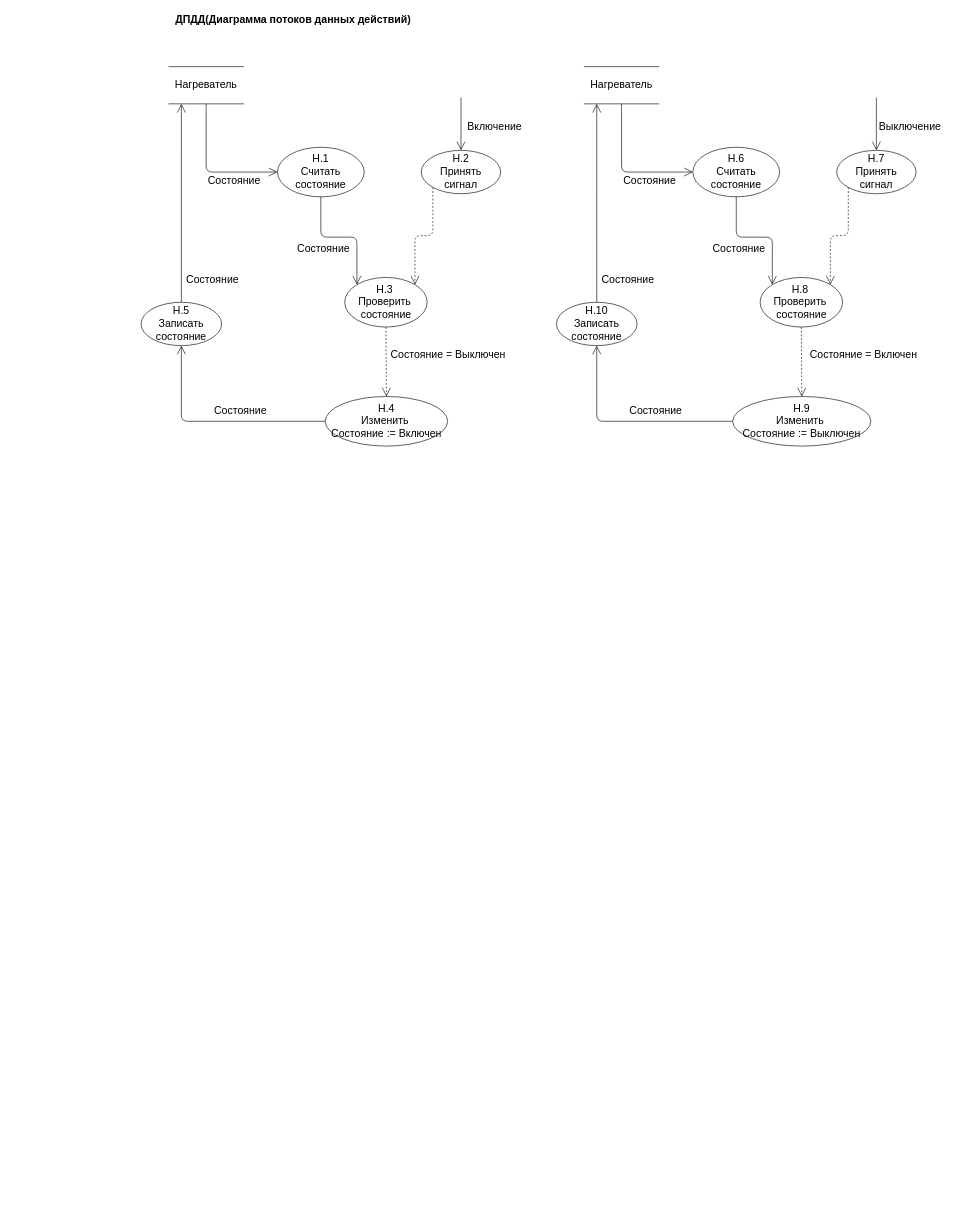
Before: page "ДПДД" (4 of 5) of lab_05/Тостер.drawio in xanderkov/ics7-OOP, a draw.io diagram. Source tidied: cells renumbered, new cells numbered last; positions are measured from the earlier drawing's top-left corner, leaving out a move shared by most shapes. Both pictures are drawn from the tidied source at 62%, with x=0, y=0 at pixel (141, 11).
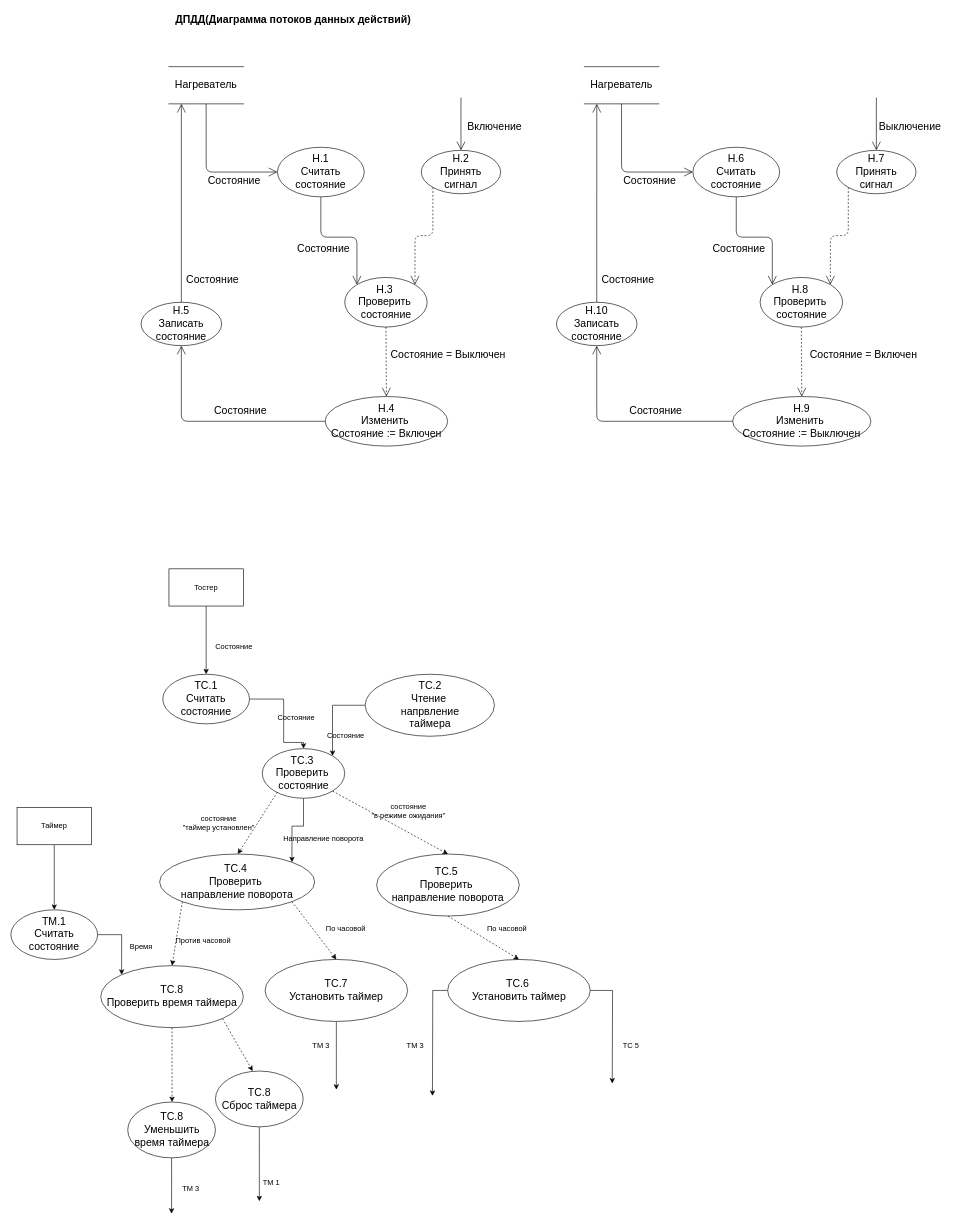
The same diagram, later.

What changed in the source:
```diff
@@
+    <mxCell id="41" style="edgeStyle=orthogonalEdgeStyle;rounded=0;jettySize=auto;html=1;entryX=0.5;entryY=0;entryDx=0;entryDy=0;" parent="1" edge="1" source="42" target="44">
+      <mxGeometry relative="1" as="geometry" />
+    </mxCell>
+    <mxCell id="42" value="Тостер" style="rounded=0;whiteSpace=wrap;html=1;" parent="1" vertex="1">
+      <mxGeometry x="45" y="900" width="120" height="60" as="geometry" />
+    </mxCell>
+    <mxCell id="43" style="edgeStyle=orthogonalEdgeStyle;rounded=0;jettySize=auto;html=1;entryX=0.5;entryY=0;entryDx=0;entryDy=0;" parent="1" edge="1" source="44" target="47">
+      <mxGeometry relative="1" as="geometry">
+        <Array as="points">
+          <mxPoint x="230" y="1110" />
+          <mxPoint x="230" y="1180" />
+        </Array>
+      </mxGeometry>
+    </mxCell>
+    <mxCell id="44" value="ТС.1&lt;br&gt;Считать состояние" style="ellipse;whiteSpace=wrap;html=1;align=center;fontSize=17;" parent="1" vertex="1">
+      <mxGeometry x="35" y="1070" width="140" height="80" as="geometry" />
+    </mxCell>
+    <mxCell id="45" value="Состояние" style="text;html=1;strokeColor=none;fillColor=none;align=center;verticalAlign=middle;whiteSpace=wrap;rounded=0;" parent="1" vertex="1">
+      <mxGeometry x="120" y="1010" width="60" height="30" as="geometry" />
+    </mxCell>
+    <mxCell id="46" style="edgeStyle=orthogonalEdgeStyle;rounded=0;jettySize=auto;html=1;entryX=1;entryY=0;entryDx=0;entryDy=0;" parent="1" edge="1" source="47" target="53">
+      <mxGeometry relative="1" as="geometry" />
+    </mxCell>
+    <mxCell id="47" value="ТС.3&amp;nbsp;&lt;br&gt;Проверить&amp;nbsp;&lt;br&gt;состояние" style="ellipse;whiteSpace=wrap;html=1;align=center;fontSize=17;" parent="1" vertex="1">
+      <mxGeometry x="195.5" y="1190" width="133" height="80" as="geometry" />
+    </mxCell>
+    <mxCell id="48" value="Состояние" style="text;html=1;align=center;verticalAlign=middle;strokeColor=none;fillColor=none;" parent="1" vertex="1">
+      <mxGeometry x="210" y="1130" width="80" height="20" as="geometry" />
+    </mxCell>
+    <mxCell id="49" style="edgeStyle=orthogonalEdgeStyle;rounded=0;jettySize=auto;html=1;entryX=1;entryY=0;entryDx=0;entryDy=0;" parent="1" edge="1" source="50" target="47">
+      <mxGeometry relative="1" as="geometry" />
+    </mxCell>
+    <mxCell id="50" value="ТС.2&lt;br&gt;Чтение&amp;nbsp;&lt;br&gt;напрвление&lt;br&gt;таймера" style="ellipse;whiteSpace=wrap;html=1;align=center;fontSize=17;" parent="1" vertex="1">
+      <mxGeometry x="361.5" y="1070" width="208.5" height="100" as="geometry" />
+    </mxCell>
+    <mxCell id="51" value="Состояние" style="text;html=1;align=center;verticalAlign=middle;strokeColor=none;fillColor=none;" parent="1" vertex="1">
+      <mxGeometry x="290" y="1160" width="80" height="20" as="geometry" />
+    </mxCell>
+    <mxCell id="52" value="ТС.5&amp;nbsp;&lt;br&gt;Проверить&amp;nbsp;&lt;br&gt;направление поворота" style="ellipse;whiteSpace=wrap;html=1;align=center;fontSize=17;" parent="1" vertex="1">
+      <mxGeometry x="380" y="1360" width="230" height="100" as="geometry" />
+    </mxCell>
+    <mxCell id="53" value="ТС.4&amp;nbsp;&lt;br&gt;Проверить&amp;nbsp;&lt;br&gt;направление поворота" style="ellipse;whiteSpace=wrap;html=1;align=center;fontSize=17;" parent="1" vertex="1">
+      <mxGeometry x="30" y="1360" width="250" height="90" as="geometry" />
+    </mxCell>
+    <mxCell id="54" style="edgeStyle=none;rounded=0;orthogonalLoop=1;jettySize=auto;html=1;dashed=1;entryX=0.301;entryY=0;entryDx=0;entryDy=0;entryPerimeter=0;" parent="1" edge="1">
+      <mxGeometry relative="1" as="geometry">
+        <mxPoint x="220" y="1260" as="sourcePoint" />
+        <mxPoint x="156" y="1360" as="targetPoint" />
+      </mxGeometry>
+    </mxCell>
+    <mxCell id="55" value="&lt;div&gt;состояние&lt;/div&gt;&lt;div&gt;&quot;таймер установлен&quot;&lt;/div&gt;" style="text;html=1;align=center;verticalAlign=middle;strokeColor=none;fillColor=none;" parent="1" vertex="1">
+      <mxGeometry x="60" y="1295" width="130" height="30" as="geometry" />
+    </mxCell>
+    <mxCell id="56" style="edgeStyle=none;rounded=0;jettySize=auto;html=1;dashed=1;entryX=0.5;entryY=0;entryDx=0;entryDy=0;exitX=1;exitY=1;exitDx=0;exitDy=0;" parent="1" edge="1" source="47" target="52">
+      <mxGeometry relative="1" as="geometry" />
+    </mxCell>
+    <mxCell id="57" value="&lt;div style=&quot;color: rgb(0, 0, 0); font-family: Helvetica; font-size: 12px; font-style: normal; font-variant-ligatures: normal; font-variant-caps: normal; font-weight: 400; letter-spacing: normal; orphans: 2; text-align: center; text-indent: 0px; text-transform: none; widows: 2; word-spacing: 0px; -webkit-text-stroke-width: 0px; text-decoration-thickness: initial; text-decoration-style: initial; text-decoration-color: initial;&quot;&gt;состояние&lt;/div&gt;&lt;div style=&quot;color: rgb(0, 0, 0); font-family: Helvetica; font-size: 12px; font-style: normal; font-variant-ligatures: normal; font-variant-caps: normal; font-weight: 400; letter-spacing: normal; orphans: 2; text-align: center; text-indent: 0px; text-transform: none; widows: 2; word-spacing: 0px; -webkit-text-stroke-width: 0px; text-decoration-thickness: initial; text-decoration-style: initial; text-decoration-color: initial;&quot;&gt;&quot;в режиме ожидания&quot;&lt;/div&gt;" style="text;whiteSpace=wrap;html=1;" parent="1" vertex="1">
+      <mxGeometry x="370" y="1270" width="140" height="40" as="geometry" />
+    </mxCell>
+    <mxCell id="58" value="Направление поворота" style="text;html=1;align=center;verticalAlign=middle;strokeColor=none;fillColor=none;" parent="1" vertex="1">
+      <mxGeometry x="219" y="1325" width="150" height="20" as="geometry" />
+    </mxCell>
+    <mxCell id="59" style="edgeStyle=orthogonalEdgeStyle;rounded=0;jettySize=auto;html=1;" parent="1" edge="1" source="61">
+      <mxGeometry relative="1" as="geometry">
+        <mxPoint x="470" y="1750" as="targetPoint" />
+      </mxGeometry>
+    </mxCell>
+    <mxCell id="60" style="edgeStyle=orthogonalEdgeStyle;rounded=0;jettySize=auto;html=1;" parent="1" edge="1" source="61">
+      <mxGeometry relative="1" as="geometry">
+        <mxPoint x="760" y="1730" as="targetPoint" />
+      </mxGeometry>
+    </mxCell>
+    <mxCell id="61" value="ТС.6&amp;nbsp;&lt;br&gt;Установить таймер" style="ellipse;whiteSpace=wrap;html=1;align=center;fontSize=17;" parent="1" vertex="1">
+      <mxGeometry x="494.5" y="1530" width="230" height="100" as="geometry" />
+    </mxCell>
+    <mxCell id="62" style="edgeStyle=none;rounded=0;jettySize=auto;html=1;dashed=1;entryX=0.5;entryY=0;entryDx=0;entryDy=0;exitX=0.5;exitY=1;exitDx=0;exitDy=0;" parent="1" edge="1" source="52" target="61">
+      <mxGeometry relative="1" as="geometry" />
+    </mxCell>
+    <mxCell id="63" value="По часовой" style="text;html=1;align=center;verticalAlign=middle;strokeColor=none;fillColor=none;" parent="1" vertex="1">
+      <mxGeometry x="550" y="1470" width="80" height="20" as="geometry" />
+    </mxCell>
+    <mxCell id="64" value="ТМ 3" style="text;html=1;align=center;verticalAlign=middle;strokeColor=none;fillColor=none;" parent="1" vertex="1">
+      <mxGeometry x="421.5" y="1660" width="40" height="20" as="geometry" />
+    </mxCell>
+    <mxCell id="65" value="ТС 5" style="text;html=1;align=center;verticalAlign=middle;strokeColor=none;fillColor=none;" parent="1" vertex="1">
+      <mxGeometry x="770" y="1660" width="40" height="20" as="geometry" />
+    </mxCell>
+    <mxCell id="66" style="edgeStyle=orthogonalEdgeStyle;rounded=0;jettySize=auto;html=1;" parent="1" edge="1" source="67">
+      <mxGeometry relative="1" as="geometry">
+        <mxPoint x="315" y="1740" as="targetPoint" />
+      </mxGeometry>
+    </mxCell>
+    <mxCell id="67" value="ТС.7&lt;br&gt;Установить таймер" style="ellipse;whiteSpace=wrap;html=1;align=center;fontSize=17;" parent="1" vertex="1">
+      <mxGeometry x="200" y="1530" width="230" height="100" as="geometry" />
+    </mxCell>
+    <mxCell id="68" value="По часовой" style="text;html=1;align=center;verticalAlign=middle;strokeColor=none;fillColor=none;" parent="1" vertex="1">
+      <mxGeometry x="290" y="1470" width="80" height="20" as="geometry" />
+    </mxCell>
+    <mxCell id="69" style="edgeStyle=none;rounded=0;jettySize=auto;html=1;dashed=1;entryX=0.5;entryY=0;entryDx=0;entryDy=0;exitX=1;exitY=1;exitDx=0;exitDy=0;" parent="1" edge="1" source="53" target="67">
+      <mxGeometry relative="1" as="geometry" />
+    </mxCell>
+    <mxCell id="70" value="ТМ 3" style="text;html=1;align=center;verticalAlign=middle;strokeColor=none;fillColor=none;" parent="1" vertex="1">
+      <mxGeometry x="270" y="1660" width="40" height="20" as="geometry" />
+    </mxCell>
+    <mxCell id="71" style="edgeStyle=none;rounded=0;jettySize=auto;html=1;dashed=1;exitX=0;exitY=1;exitDx=0;exitDy=0;entryX=0.5;entryY=0;entryDx=0;entryDy=0;" parent="1" edge="1" source="53" target="72">
+      <mxGeometry relative="1" as="geometry" />
+    </mxCell>
+    <mxCell id="72" value="ТС.8&lt;br&gt;Проверить время таймера" style="ellipse;whiteSpace=wrap;html=1;align=center;fontSize=17;" parent="1" vertex="1">
+      <mxGeometry x="-65" y="1540" width="230" height="100" as="geometry" />
+    </mxCell>
+    <mxCell id="73" value="Против часовой" style="text;html=1;align=center;verticalAlign=middle;strokeColor=none;fillColor=none;" parent="1" vertex="1">
+      <mxGeometry x="50" y="1490" width="100" height="20" as="geometry" />
+    </mxCell>
+    <mxCell id="74" style="edgeStyle=none;rounded=0;jettySize=auto;html=1;dashed=1;exitX=1;exitY=1;exitDx=0;exitDy=0;" parent="1" edge="1" source="72">
+      <mxGeometry relative="1" as="geometry">
+        <mxPoint x="180" y="1710" as="targetPoint" />
+      </mxGeometry>
+    </mxCell>
+    <mxCell id="75" style="edgeStyle=none;rounded=0;jettySize=auto;html=1;dashed=1;exitX=0.5;exitY=1;exitDx=0;exitDy=0;" parent="1" edge="1" source="72">
+      <mxGeometry relative="1" as="geometry">
+        <mxPoint x="50" y="1760" as="targetPoint" />
+      </mxGeometry>
+    </mxCell>
+    <mxCell id="76" style="edgeStyle=orthogonalEdgeStyle;rounded=0;jettySize=auto;html=1;entryX=0.5;entryY=0;entryDx=0;entryDy=0;" parent="1" edge="1" source="77" target="79">
+      <mxGeometry relative="1" as="geometry" />
+    </mxCell>
+    <mxCell id="77" value="Таймер" style="rounded=0;whiteSpace=wrap;html=1;" parent="1" vertex="1">
+      <mxGeometry x="-200" y="1285" width="120" height="60" as="geometry" />
+    </mxCell>
+    <mxCell id="78" style="edgeStyle=orthogonalEdgeStyle;rounded=0;jettySize=auto;html=1;entryX=0;entryY=0;entryDx=0;entryDy=0;" parent="1" edge="1" source="79" target="72">
+      <mxGeometry relative="1" as="geometry" />
+    </mxCell>
+    <mxCell id="79" value="ТМ.1&lt;br&gt;Считать состояние" style="ellipse;whiteSpace=wrap;html=1;align=center;fontSize=17;" parent="1" vertex="1">
+      <mxGeometry x="-210" y="1450" width="140" height="80" as="geometry" />
+    </mxCell>
+    <mxCell id="80" value="Время" style="text;html=1;align=center;verticalAlign=middle;strokeColor=none;fillColor=none;" parent="1" vertex="1">
+      <mxGeometry x="-25" y="1500" width="50" height="20" as="geometry" />
+    </mxCell>
+    <mxCell id="81" style="edgeStyle=orthogonalEdgeStyle;rounded=0;jettySize=auto;html=1;" parent="1" edge="1" source="82">
+      <mxGeometry relative="1" as="geometry">
+        <mxPoint x="190.8" y="1920" as="targetPoint" />
+      </mxGeometry>
+    </mxCell>
+    <mxCell id="82" value="ТС.8&lt;br&gt;Сброс таймера" style="ellipse;whiteSpace=wrap;html=1;align=center;fontSize=17;" parent="1" vertex="1">
+      <mxGeometry x="120" y="1710" width="141.5" height="90" as="geometry" />
+    </mxCell>
+    <mxCell id="83" style="edgeStyle=orthogonalEdgeStyle;rounded=0;jettySize=auto;html=1;" parent="1" edge="1" source="84">
+      <mxGeometry relative="1" as="geometry">
+        <mxPoint x="49.2" y="1940" as="targetPoint" />
+      </mxGeometry>
+    </mxCell>
+    <mxCell id="84" value="ТС.8&lt;br&gt;Уменьшить время таймера" style="ellipse;whiteSpace=wrap;html=1;align=center;fontSize=17;" parent="1" vertex="1">
+      <mxGeometry x="-21.5" y="1760" width="141.5" height="90" as="geometry" />
+    </mxCell>
+    <mxCell id="85" value="ТМ 1" style="text;html=1;align=center;verticalAlign=middle;strokeColor=none;fillColor=none;" parent="1" vertex="1">
+      <mxGeometry x="190" y="1880" width="40" height="20" as="geometry" />
+    </mxCell>
+    <mxCell id="86" value="ТМ 3" style="text;html=1;align=center;verticalAlign=middle;strokeColor=none;fillColor=none;" parent="1" vertex="1">
+      <mxGeometry x="60" y="1890" width="40" height="20" as="geometry" />
+    </mxCell>
```
